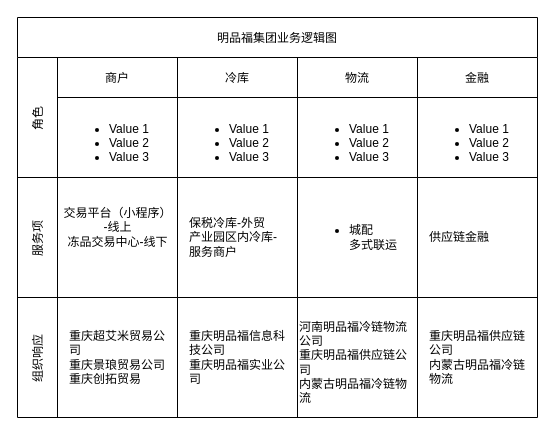
Above: 未命名绘图.drawio in yhf213/logistics (draw.io), before the change. Source tidied: cells renumbered, new cells numbered last; positions are measured from the earlier drawing's top-left corner, leaving out a move shared by most shapes. Both pictures are drawn from the tidied source at 100%, with x=0, y=0 at pixel (17, 17).
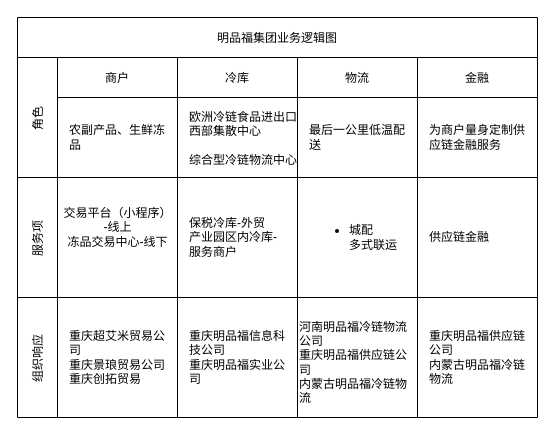
The same page after the edit.

Unchanged cells that the change refers to:
```xml
<mxCell id="4" value="商户" style="swimlane;swimlaneHead=0;swimlaneBody=0;fontStyle=0;strokeColor=inherit;fillColor=none;startSize=40;" parent="3" vertex="1">
  <mxGeometry x="40" width="120" height="120" as="geometry" />
</mxCell>
<mxCell id="6" value="冷库" style="swimlane;swimlaneHead=0;swimlaneBody=0;fontStyle=0;strokeColor=inherit;fillColor=none;startSize=40;" parent="3" vertex="1">
  <mxGeometry x="160" width="120" height="120" as="geometry" />
</mxCell>
<mxCell id="8" value="物流" style="swimlane;swimlaneHead=0;swimlaneBody=0;fontStyle=0;strokeColor=inherit;fillColor=none;startSize=40;" parent="3" vertex="1">
  <mxGeometry x="280" width="120" height="120" as="geometry" />
</mxCell>
<mxCell id="10" value="金融" style="swimlane;swimlaneHead=0;swimlaneBody=0;fontStyle=0;strokeColor=inherit;fillColor=none;startSize=40;" parent="3" vertex="1">
  <mxGeometry x="400" width="120" height="120" as="geometry" />
</mxCell>
```

The edit, as a diff of the source:
```diff
@@
-    <mxCell id="5" value="&lt;ul&gt;&lt;li&gt;Value 1&lt;/li&gt;&lt;li&gt;Value 2&lt;/li&gt;&lt;li&gt;Value 3&lt;/li&gt;&lt;/ul&gt;" style="text;strokeColor=none;fillColor=none;html=1;whiteSpace=wrap;verticalAlign=middle;overflow=hidden;" parent="4" vertex="1">
+    <mxCell id="5" value="&lt;div&gt;农副产品、生鲜冻品&lt;/div&gt;" style="text;strokeColor=none;fillColor=none;html=1;whiteSpace=wrap;verticalAlign=middle;overflow=hidden;" parent="4" vertex="1">
       <mxGeometry x="10" y="50" width="100" height="60" as="geometry" />
     </mxCell>
@@
-    <mxCell id="7" value="&lt;ul&gt;&lt;li&gt;Value 1&lt;/li&gt;&lt;li&gt;Value 2&lt;/li&gt;&lt;li&gt;Value 3&lt;/li&gt;&lt;/ul&gt;" style="text;strokeColor=none;fillColor=none;html=1;whiteSpace=wrap;verticalAlign=middle;overflow=hidden;" parent="6" vertex="1">
-      <mxGeometry x="10" y="50" width="100" height="60" as="geometry" />
+    <mxCell id="7" value="&lt;div&gt;欧洲冷链食品进出口西部集散中心&lt;/div&gt;&lt;div&gt;&lt;br&gt;综合型冷链物流中心&lt;br&gt;&lt;br&gt;&lt;/div&gt;" style="text;strokeColor=none;fillColor=none;html=1;whiteSpace=wrap;verticalAlign=middle;overflow=hidden;" parent="6" vertex="1">
+      <mxGeometry x="10" y="50" width="110" height="60" as="geometry" />
     </mxCell>
@@
-    <mxCell id="9" value="&lt;ul&gt;&lt;li&gt;Value 1&lt;/li&gt;&lt;li&gt;Value 2&lt;/li&gt;&lt;li&gt;Value 3&lt;/li&gt;&lt;/ul&gt;" style="text;strokeColor=none;fillColor=none;html=1;whiteSpace=wrap;verticalAlign=middle;overflow=hidden;" parent="8" vertex="1">
+    <mxCell id="9" value="最后一公里低温配送" style="text;strokeColor=none;fillColor=none;html=1;whiteSpace=wrap;verticalAlign=middle;overflow=hidden;" parent="8" vertex="1">
       <mxGeometry x="10" y="50" width="100" height="60" as="geometry" />
     </mxCell>
@@
-    <mxCell id="11" value="&lt;ul&gt;&lt;li&gt;Value 1&lt;/li&gt;&lt;li&gt;Value 2&lt;/li&gt;&lt;li&gt;Value 3&lt;/li&gt;&lt;/ul&gt;" style="text;strokeColor=none;fillColor=none;html=1;whiteSpace=wrap;verticalAlign=middle;overflow=hidden;" parent="10" vertex="1">
+    <mxCell id="11" value="&lt;div&gt;为商户量身定制供应链金融服务&lt;/div&gt;" style="text;strokeColor=none;fillColor=none;html=1;whiteSpace=wrap;verticalAlign=middle;overflow=hidden;" parent="10" vertex="1">
       <mxGeometry x="10" y="50" width="100" height="60" as="geometry" />
     </mxCell>
```
